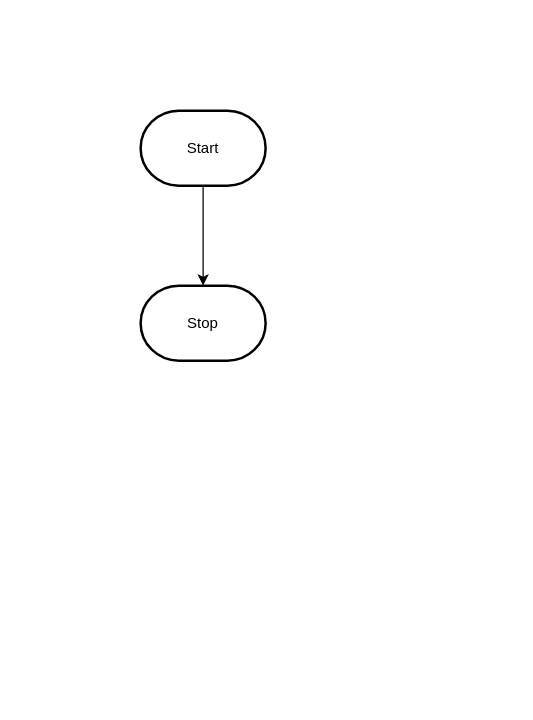
MTHS-ICD2O-1-2023/ICD2O-Unit-5-05-yoochan-han keeps this draw.io diagram as design/flowchart.drawio. Above is the earlier version. Source tidied: cells renumbered, new cells numbered last; positions are measured from the earlier drawing's top-left corner, leaving out a move shared by most shapes. Both pictures are drawn from the tidied source at 125%, with x=0, y=0 at pixel (140, 110).
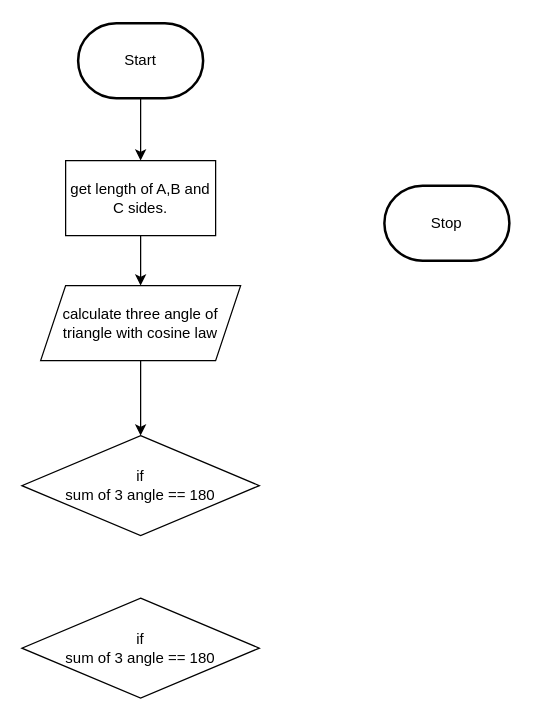
The same page after the edit.

What changed in the source:
```diff
@@
 <mxGraphModel>
   <root>
     <mxCell id="0" />
     <mxCell id="1" parent="0" />
-    <mxCell id="2" style="edgeStyle=orthogonalEdgeStyle;html=1;rounded=0;" parent="1" edge="1" source="3" target="4">
-      <mxGeometry relative="1" as="geometry" />
-    </mxCell>
+    <mxCell id="5" style="edgeStyle=none;html=1;" parent="1" edge="1" source="3" target="2">
+      <mxGeometry relative="1" as="geometry" />
+    </mxCell>
     <mxCell id="3" value="Start" style="strokeWidth=2;html=1;shape=mxgraph.flowchart.terminator;whiteSpace=wrap;" parent="1" vertex="1">
-      <mxGeometry width="100" height="60" as="geometry" />
+      <mxGeometry x="-50" y="-70" width="100" height="60" as="geometry" />
     </mxCell>
     <mxCell id="4" value="Stop" style="strokeWidth=2;html=1;shape=mxgraph.flowchart.terminator;whiteSpace=wrap;" parent="1" vertex="1">
-      <mxGeometry y="140" width="100" height="60" as="geometry" />
+      <mxGeometry x="195" y="60" width="100" height="60" as="geometry" />
     </mxCell>
+    <mxCell id="6" style="edgeStyle=none;html=1;" parent="1" edge="1" source="2" target="8">
+      <mxGeometry relative="1" as="geometry" />
+    </mxCell>
+    <mxCell id="2" value="get length of A,B and C sides." style="rounded=0;whiteSpace=wrap;html=1;" parent="1" vertex="1">
+      <mxGeometry x="-60" y="40" width="120" height="60" as="geometry" />
+    </mxCell>
+    <mxCell id="7" style="edgeStyle=none;html=1;entryX=0.5;entryY=0;entryDx=0;entryDy=0;" parent="1" edge="1" source="8" target="9">
+      <mxGeometry relative="1" as="geometry" />
+    </mxCell>
+    <mxCell id="8" value="calculate three angle of triangle with cosine law" style="shape=parallelogram;perimeter=parallelogramPerimeter;whiteSpace=wrap;html=1;fixedSize=1;" parent="1" vertex="1">
+      <mxGeometry x="-80" y="140" width="160" height="60" as="geometry" />
+    </mxCell>
+    <mxCell id="9" value="if&lt;br&gt;sum of 3 angle == 180" style="rhombus;whiteSpace=wrap;html=1;" parent="1" vertex="1">
+      <mxGeometry x="-95" y="260" width="190" height="80" as="geometry" />
+    </mxCell>
+    <mxCell id="10" value="if&lt;br&gt;sum of 3 angle == 180" style="rhombus;whiteSpace=wrap;html=1;" parent="1" vertex="1">
+      <mxGeometry x="-95" y="390" width="190" height="80" as="geometry" />
+    </mxCell>
   </root>
 </mxGraphModel>
```
